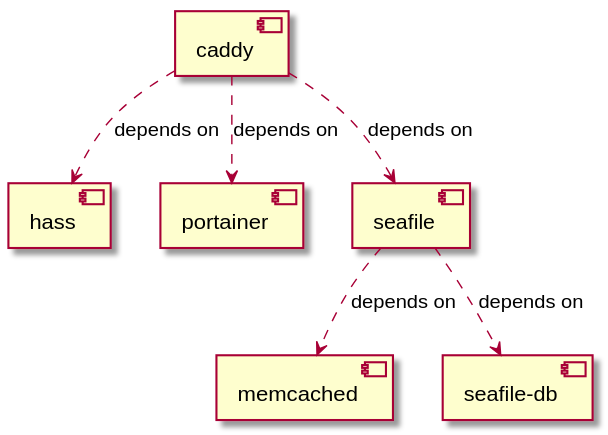
The PlantUML diagram services_graph.svg in CS-Tao/pi-services, before a commit.
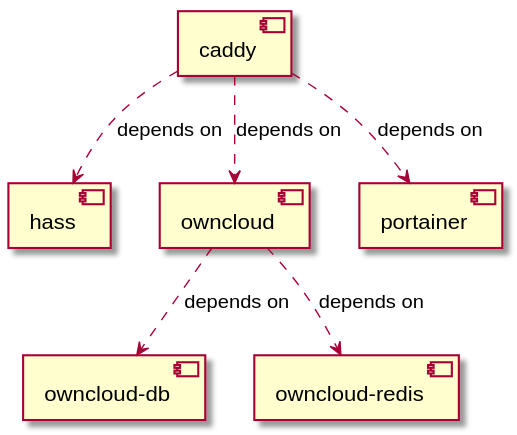
Above is the later version.

Commit message:
Automated deployment: Sat Feb  8 09:36:54 UTC 2020 40a4bd0c57c7b3079089ecbc0acea86cc6be252d

Change to the diagram source:
```diff
@@ -2,14 +2,14 @@
 skinparam componentStyle uml2
 [caddy]
 [hass]
-[memcached]
+[owncloud]
+[owncloud-db]
+[owncloud-redis]
 [portainer]
-[seafile]
-[seafile-db]
 [caddy] ..> [hass] : depends on
+[caddy] ..> [owncloud] : depends on
 [caddy] ..> [portainer] : depends on
-[caddy] ..> [seafile] : depends on
-[seafile] ..> [memcached] : depends on
-[seafile] ..> [seafile-db] : depends on
+[owncloud] ..> [owncloud-db] : depends on
+[owncloud] ..> [owncloud-redis] : depends on
 
 @enduml
```
